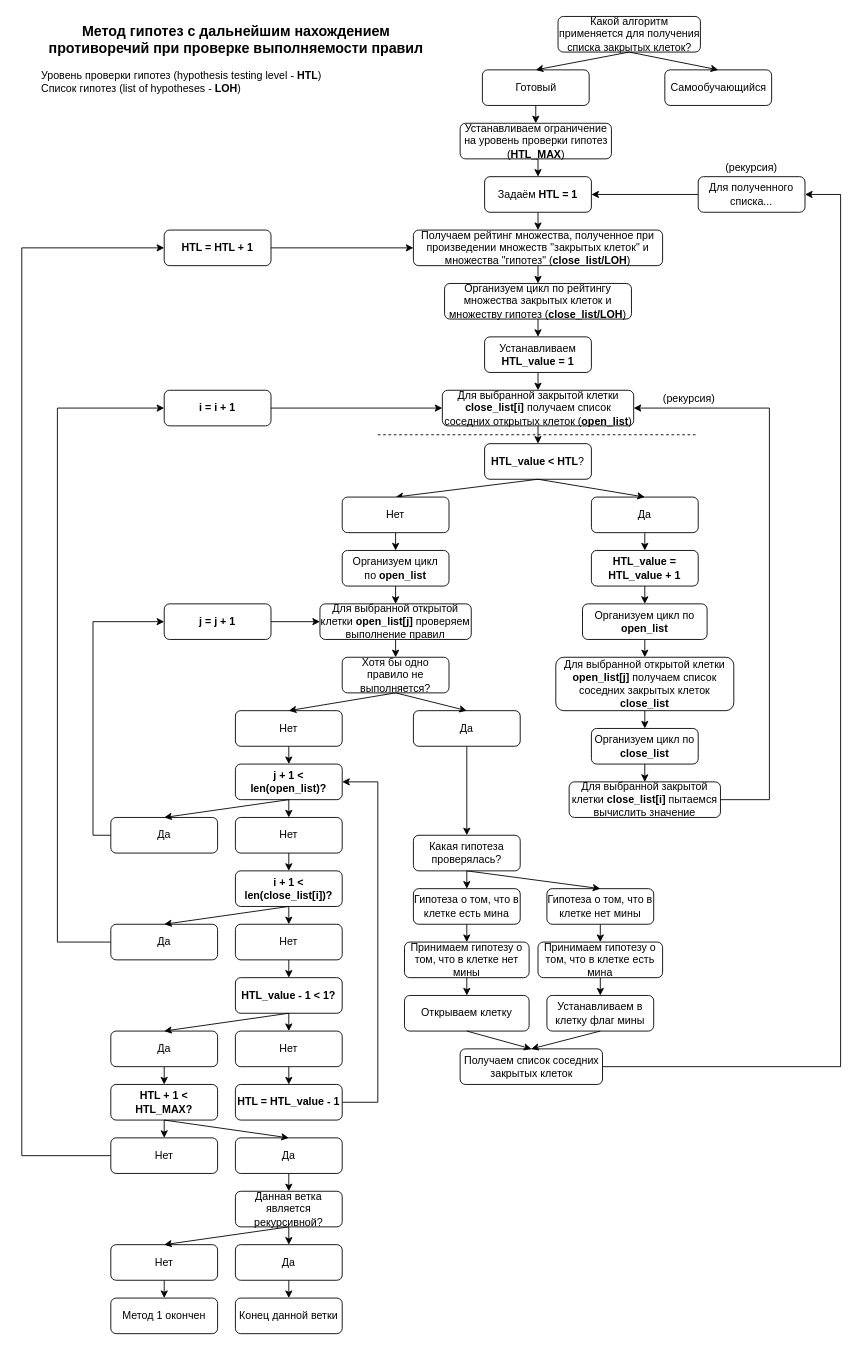
The draw.io diagram page "5) Обучение. Метод 1 (v. 3.0)" (9 of 13) of docs/Сапёр. Описание работы.drawio in xex238/Diploma_2022, before the edit. Source tidied: cells renumbered, new cells numbered last; positions are measured from the earlier drawing's top-left corner, leaving out a move shared by most shapes. Both pictures are drawn from the tidied source at 89%, with x=0, y=0 at pixel (21, 16).
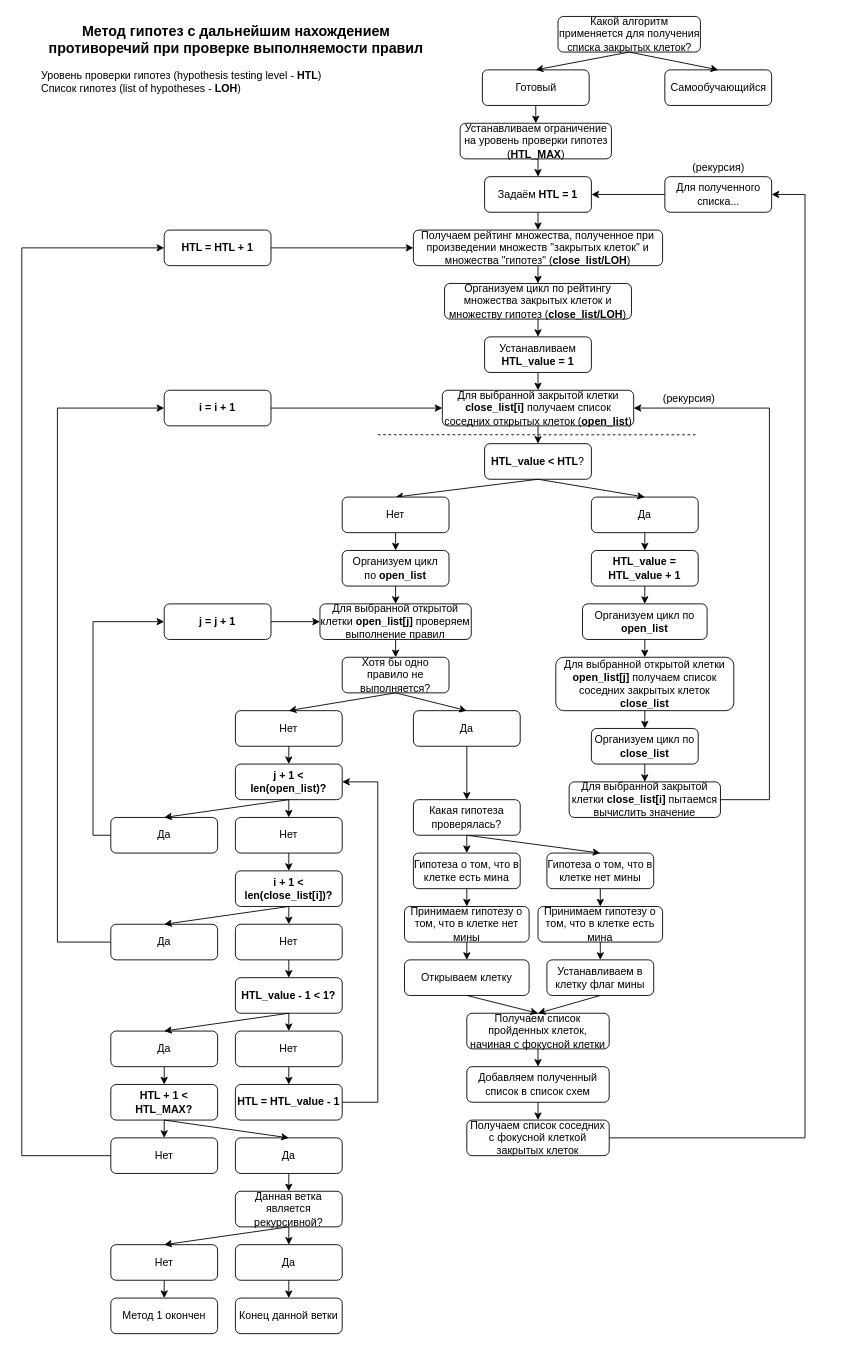
The same page after the edit.

The edit, as a diff of the source:
```diff
@@
     <mxCell id="8" value="Принимаем гипотезу о том, что в клетке нет мины" style="rounded=1;whiteSpace=wrap;html=1;" parent="1" vertex="1">
-      <mxGeometry x="430" y="1040" width="140" height="40" as="geometry" />
+      <mxGeometry x="430" y="1000" width="140" height="40" as="geometry" />
     </mxCell>
     <mxCell id="9" value="Открываем клетку" style="rounded=1;whiteSpace=wrap;html=1;" parent="1" vertex="1">
-      <mxGeometry x="430" y="1100" width="140" height="40" as="geometry" />
+      <mxGeometry x="430" y="1060" width="140" height="40" as="geometry" />
     </mxCell>
     <mxCell id="10" style="edgeStyle=orthogonalEdgeStyle;rounded=0;jettySize=auto;html=1;exitX=1;exitY=0.5;exitDx=0;exitDy=0;entryX=1;entryY=0.5;entryDx=0;entryDy=0;" parent="1" edge="1" source="11" target="80">
       <mxGeometry relative="1" as="geometry">
         <Array as="points">
-          <mxPoint x="920" y="1180" />
-          <mxPoint x="920" y="200" />
+          <mxPoint x="880" y="1260" />
+          <mxPoint x="880" y="200" />
         </Array>
       </mxGeometry>
     </mxCell>
-    <mxCell id="11" value="Получаем список соседних закрытых клеток" style="rounded=1;whiteSpace=wrap;html=1;" parent="1" vertex="1">
-      <mxGeometry x="492.5" y="1160" width="160" height="40" as="geometry" />
+    <mxCell id="11" value="Получаем список соседних с фокусной клеткой закрытых клеток" style="rounded=1;whiteSpace=wrap;html=1;" parent="1" vertex="1">
+      <mxGeometry x="500" y="1240" width="160" height="40" as="geometry" />
     </mxCell>
@@
     <mxCell id="21" value="Какая гипотеза проверялась?" style="rounded=1;whiteSpace=wrap;html=1;" parent="1" vertex="1">
-      <mxGeometry x="440" y="920" width="120" height="40" as="geometry" />
+      <mxGeometry x="440" y="880" width="120" height="40" as="geometry" />
     </mxCell>
@@
     <mxCell id="23" value="Гипотеза о том, что в клетке есть мина" style="rounded=1;whiteSpace=wrap;html=1;" parent="1" vertex="1">
-      <mxGeometry x="440" y="980" width="120" height="40" as="geometry" />
+      <mxGeometry x="440" y="940" width="120" height="40" as="geometry" />
     </mxCell>
@@
     <mxCell id="25" value="Гипотеза о том, что в клетке нет мины" style="rounded=1;whiteSpace=wrap;html=1;" parent="1" vertex="1">
-      <mxGeometry x="590" y="980" width="120" height="40" as="geometry" />
+      <mxGeometry x="590" y="940" width="120" height="40" as="geometry" />
     </mxCell>
@@
     <mxCell id="27" value="Принимаем гипотезу о том, что в клетке есть мина" style="rounded=1;whiteSpace=wrap;html=1;" parent="1" vertex="1">
-      <mxGeometry x="580" y="1040" width="140" height="40" as="geometry" />
+      <mxGeometry x="580" y="1000" width="140" height="40" as="geometry" />
     </mxCell>
@@
     <mxCell id="29" value="Устанавливаем в клетку флаг мины" style="rounded=1;whiteSpace=wrap;html=1;" parent="1" vertex="1">
-      <mxGeometry x="590" y="1100" width="120" height="40" as="geometry" />
+      <mxGeometry x="590" y="1060" width="120" height="40" as="geometry" />
     </mxCell>
@@
-    <mxCell id="74" style="endArrow=classic;html=1;entryX=0.5;entryY=0;entryDx=0;entryDy=0;exitX=0.5;exitY=1;exitDx=0;exitDy=0;" parent="1" edge="1" source="29" target="11">
-      <mxGeometry relative="1" as="geometry" />
-    </mxCell>
-    <mxCell id="75" style="endArrow=classic;html=1;entryX=0.5;entryY=0;entryDx=0;entryDy=0;exitX=0.5;exitY=1;exitDx=0;exitDy=0;" parent="1" edge="1" source="9" target="11">
-      <mxGeometry relative="1" as="geometry" />
-    </mxCell>
@@
     <mxCell id="80" value="Для полученного списка..." style="rounded=1;whiteSpace=wrap;html=1;" parent="1" vertex="1">
-      <mxGeometry x="760" y="180" width="120" height="40" as="geometry" />
+      <mxGeometry x="722.5" y="180" width="120" height="40" as="geometry" />
     </mxCell>
@@
     <mxCell id="105" value="(рекурсия)" style="text;html=1;strokeColor=none;fillColor=none;align=center;verticalAlign=middle;whiteSpace=wrap;rounded=0;" parent="1" vertex="1">
-      <mxGeometry x="760" y="160" width="120" height="20" as="geometry" />
+      <mxGeometry x="722.5" y="160" width="120" height="20" as="geometry" />
     </mxCell>
@@
+    <mxCell id="116" value="Получаем список пройденных клеток, начиная с фокусной клетки" style="rounded=1;whiteSpace=wrap;html=1;" parent="1" vertex="1">
+      <mxGeometry x="500" y="1120" width="160" height="40" as="geometry" />
+    </mxCell>
+    <mxCell id="117" value="Добавляем полученный список в список схем" style="rounded=1;whiteSpace=wrap;html=1;" parent="1" vertex="1">
+      <mxGeometry x="500" y="1180" width="160" height="40" as="geometry" />
+    </mxCell>
+    <mxCell id="118" style="endArrow=classic;html=1;exitX=0.5;exitY=1;exitDx=0;exitDy=0;entryX=0.5;entryY=0;entryDx=0;entryDy=0;" parent="1" edge="1" source="9" target="116">
+      <mxGeometry relative="1" as="geometry" />
+    </mxCell>
+    <mxCell id="119" style="endArrow=classic;html=1;entryX=0.5;entryY=0;entryDx=0;entryDy=0;exitX=0.5;exitY=1;exitDx=0;exitDy=0;" parent="1" edge="1" source="29" target="116">
+      <mxGeometry relative="1" as="geometry" />
+    </mxCell>
+    <mxCell id="120" style="endArrow=classic;html=1;exitX=0.5;exitY=1;exitDx=0;exitDy=0;entryX=0.5;entryY=0;entryDx=0;entryDy=0;" parent="1" edge="1" source="116" target="117">
+      <mxGeometry relative="1" as="geometry" />
+    </mxCell>
+    <mxCell id="121" style="endArrow=classic;html=1;exitX=0.5;exitY=1;exitDx=0;exitDy=0;entryX=0.5;entryY=0;entryDx=0;entryDy=0;" parent="1" edge="1" source="117" target="11">
+      <mxGeometry relative="1" as="geometry" />
+    </mxCell>
```
